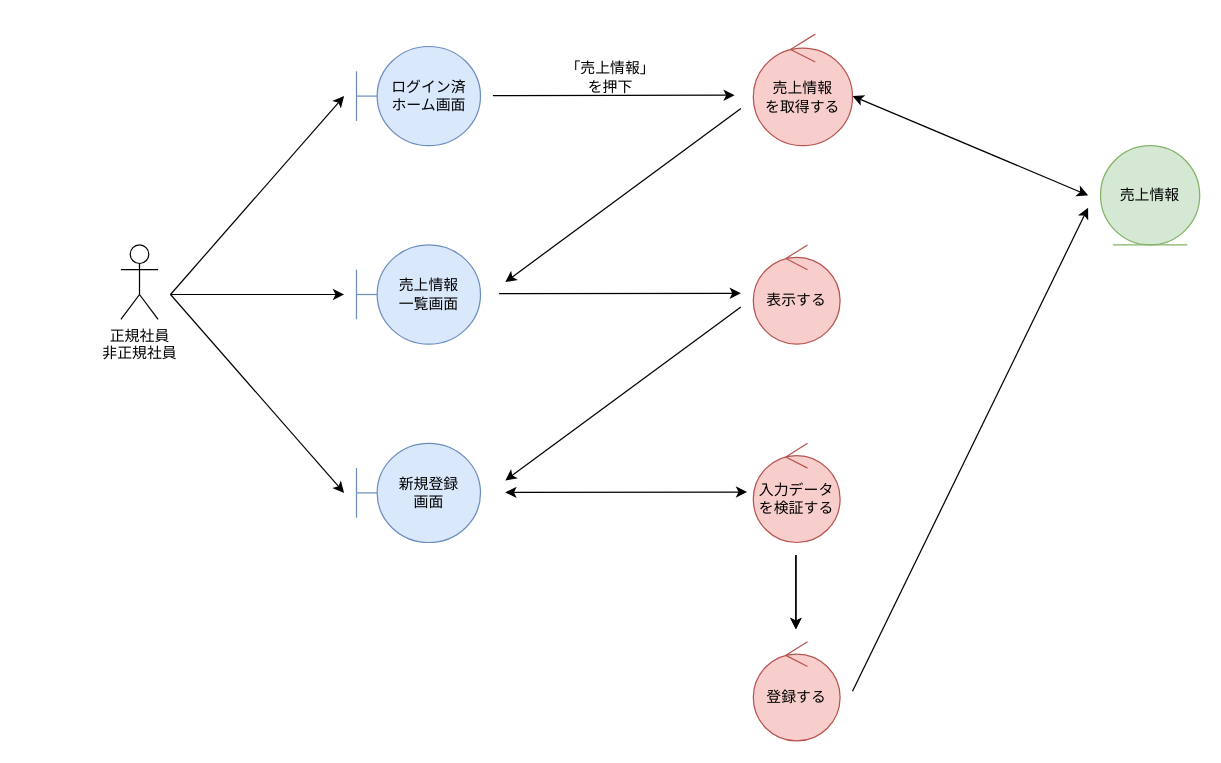
The draw.io diagram page "*売上情報管理_登録" (1 of 4) of 各種設計書/3ロバストネス図/商品情報管理/5.売上.drawio in HaruShim/Sotuken, before the edit. Source tidied: cells renumbered, new cells numbered last; positions are measured from the earlier drawing's top-left corner, leaving out a move shared by most shapes. Both pictures are drawn from the tidied source at 124%, with x=0, y=0 at pixel (120, 33).
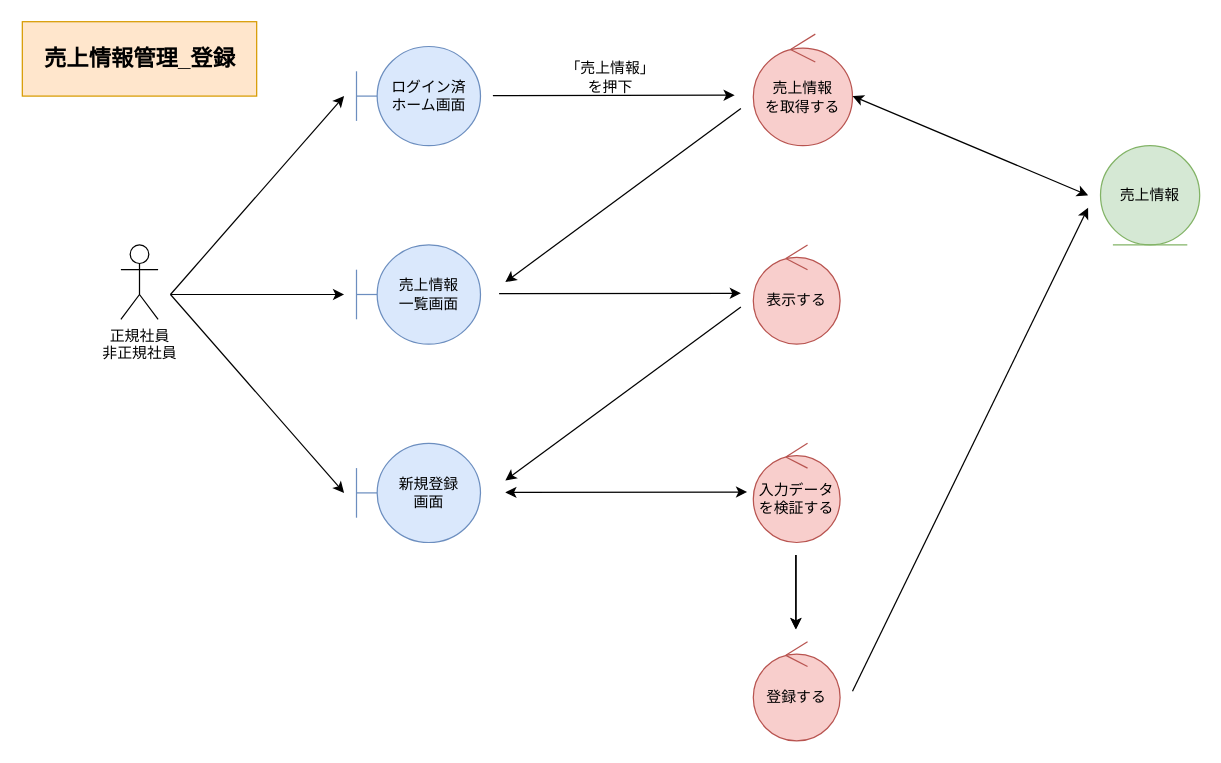
After the change.

What changed in the source:
```diff
@@
+    <mxCell id="24" value="売上情報管理_登録" style="rounded=0;whiteSpace=wrap;html=1;fillColor=#ffe6cc;strokeColor=#d79b00;fontStyle=1;fontSize=18;" parent="1" vertex="1">
+      <mxGeometry x="-79.5" y="-10" width="189" height="60" as="geometry" />
+    </mxCell>
```
